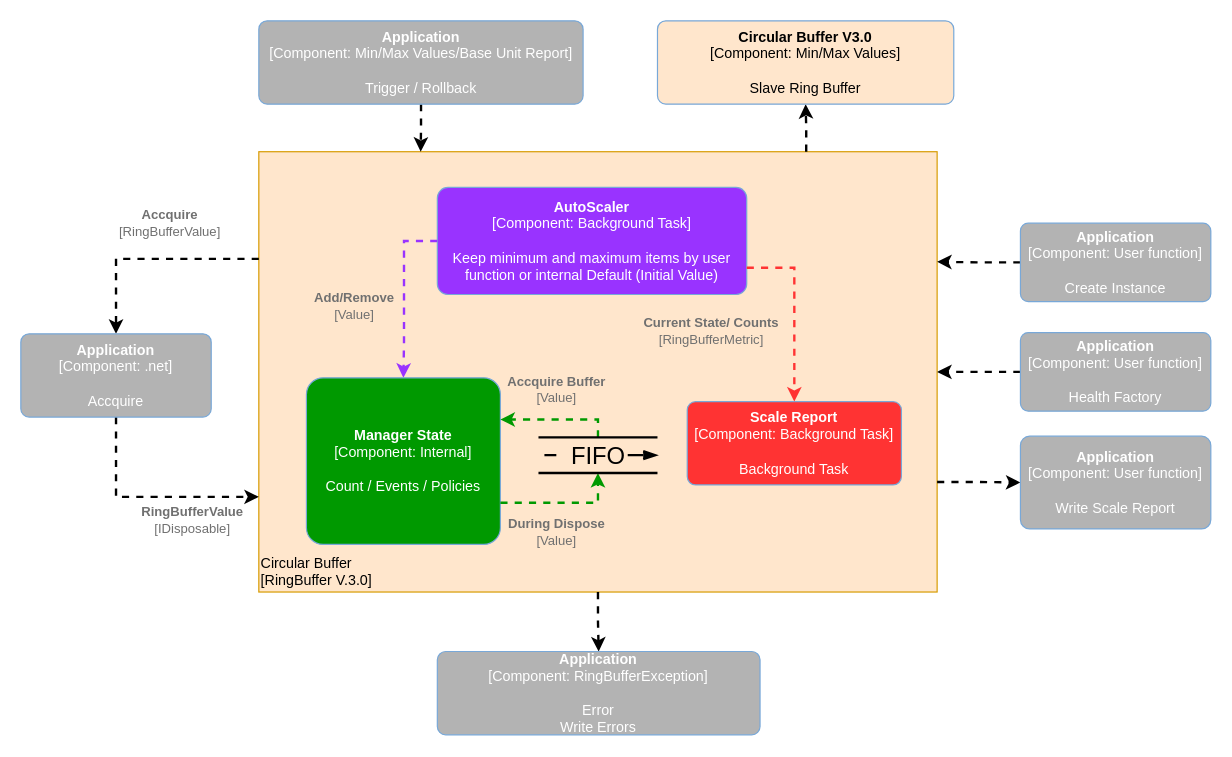
Before: docs/RingBufferPlus.drawio in FRACerqueira/RingBufferPlus, a draw.io diagram. Source tidied: cells renumbered, new cells numbered last; positions are measured from the earlier drawing's top-left corner, leaving out a move shared by most shapes. Both pictures are drawn from the tidied source at 119%, with x=0, y=0 at pixel (20, 20).
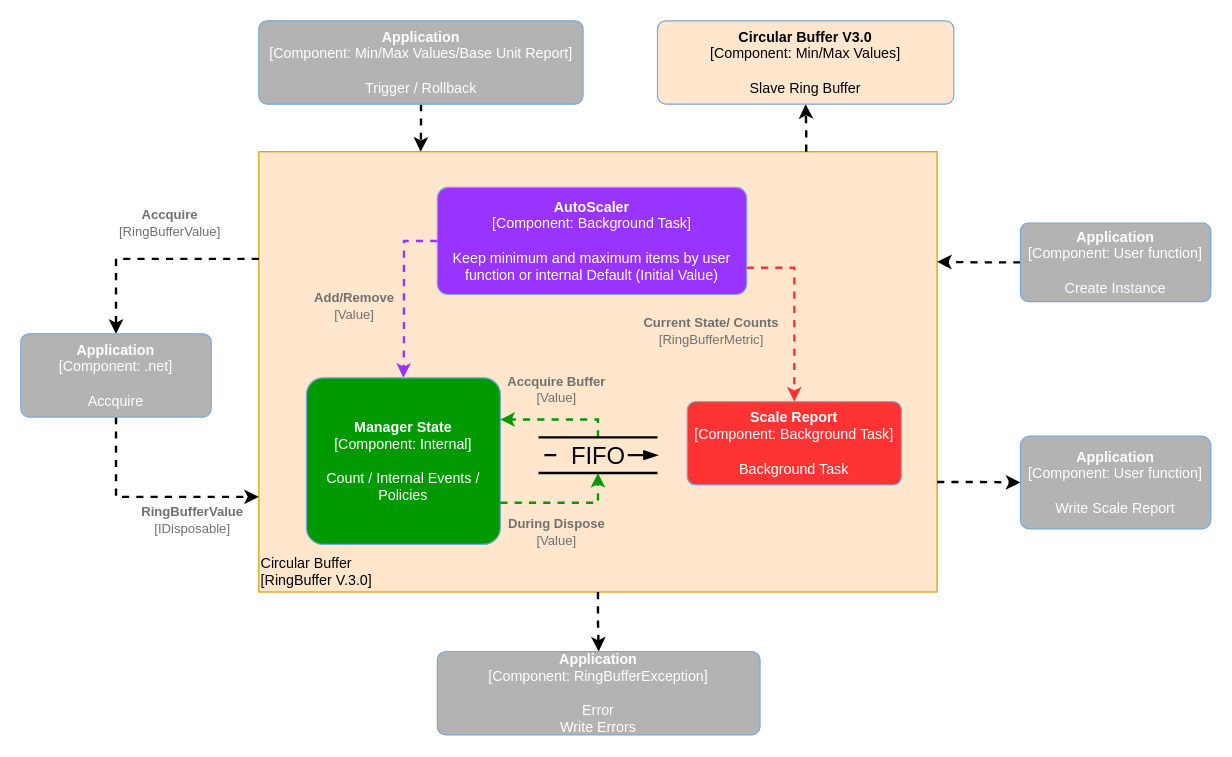
The same diagram, later.

Unchanged cells that the change refers to:
```xml
<object id="2" label="&lt;div style=&quot;text-align: left&quot;&gt;%c4Name%&lt;/div&gt;&lt;div style=&quot;text-align: left&quot;&gt;[%c4Application%]&lt;/div&gt;" c4Application="RingBuffer V.3.0" c4Name="Circular Buffer" placeholders="1">
  <mxCell style="rounded=1;whiteSpace=wrap;html=1;labelBackgroundColor=none;fillColor=#FFE6CC;align=left;arcSize=0;strokeColor=#d79b00;verticalAlign=bottom;metaData={&quot;c4Type&quot;:{&quot;editable&quot;:false}};points=[[0.25,0,0],[0.5,0,0],[0.75,0,0],[1,0.25,0],[1,0.5,0],[1,0.75,0],[0.75,1,0],[0.5,1,0],[0.25,1,0],[0,0.75,0],[0,0.5,0],[0,0.25,0]];" parent="1" vertex="1">
    <mxGeometry x="200" y="110" width="570" height="370" as="geometry" />
  </mxCell>
</object>
```

What changed in the source:
```diff
@@
-    <object id="11" label="&lt;b&gt;%c4Name%&lt;/b&gt;&lt;div&gt;[%c4Type%: %c4Technology%]&lt;/div&gt;&lt;br&gt;&lt;div&gt;%c4Description%&lt;/div&gt;" c4Description="Count / Events / Policies" c4Name="Manager State" c4Technology="Internal" c4Type="Component" placeholders="1">
+    <object id="11" label="&lt;b&gt;%c4Name%&lt;/b&gt;&lt;div&gt;[%c4Type%: %c4Technology%]&lt;/div&gt;&lt;br&gt;&lt;div&gt;%c4Description%&lt;/div&gt;" c4Description="Count / Internal Events / Policies" c4Name="Manager State" c4Technology="Internal" c4Type="Component" placeholders="1">
       <mxCell style="rounded=1;whiteSpace=wrap;html=1;labelBackgroundColor=none;fillColor=#009900;fontColor=#ffffff;align=center;arcSize=10;strokeColor=#78A8D8;metaData={&quot;c4Type&quot;:{&quot;editable&quot;:false}};points=[[0.25,0,0],[0.5,0,0],[0.75,0,0],[1,0.25,0],[1,0.5,0],[1,0.75,0],[0.75,1,0],[0.5,1,0],[0.25,1,0],[0,0.75,0],[0,0.5,0],[0,0.25,0]];" parent="1" vertex="1">
         <mxGeometry x="240" y="300" width="163" height="140" as="geometry" />
       </mxCell>
     </object>
@@
-    <mxCell id="22" style="edgeStyle=orthogonalEdgeStyle;rounded=0;jettySize=auto;html=1;exitX=0;exitY=0.5;exitDx=0;exitDy=0;exitPerimeter=0;strokeWidth=2;dashed=1;" parent="1" edge="1" source="23" target="2">
-      <mxGeometry relative="1" as="geometry" />
-    </mxCell>
-    <object id="23" label="&lt;b&gt;%c4Name%&lt;/b&gt;&lt;div&gt;[%c4Type%: %c4Technology%]&lt;/div&gt;&lt;br&gt;&lt;div&gt;%c4Description%&lt;/div&gt;" c4Description="Health Factory" c4Name="Application" c4Technology="User function" c4Type="Component" placeholders="1">
-      <mxCell style="rounded=1;whiteSpace=wrap;html=1;labelBackgroundColor=none;fillColor=#B3B3B3;fontColor=#ffffff;align=center;arcSize=10;strokeColor=#78A8D8;metaData={&quot;c4Type&quot;:{&quot;editable&quot;:false}};points=[[0.25,0,0],[0.5,0,0],[0.75,0,0],[1,0.25,0],[1,0.5,0],[1,0.75,0],[0.75,1,0],[0.5,1,0],[0.25,1,0],[0,0.75,0],[0,0.5,0],[0,0.25,0]];" parent="1" vertex="1">
-        <mxGeometry x="840" y="262" width="160" height="66" as="geometry" />
-      </mxCell>
-    </object>
```
